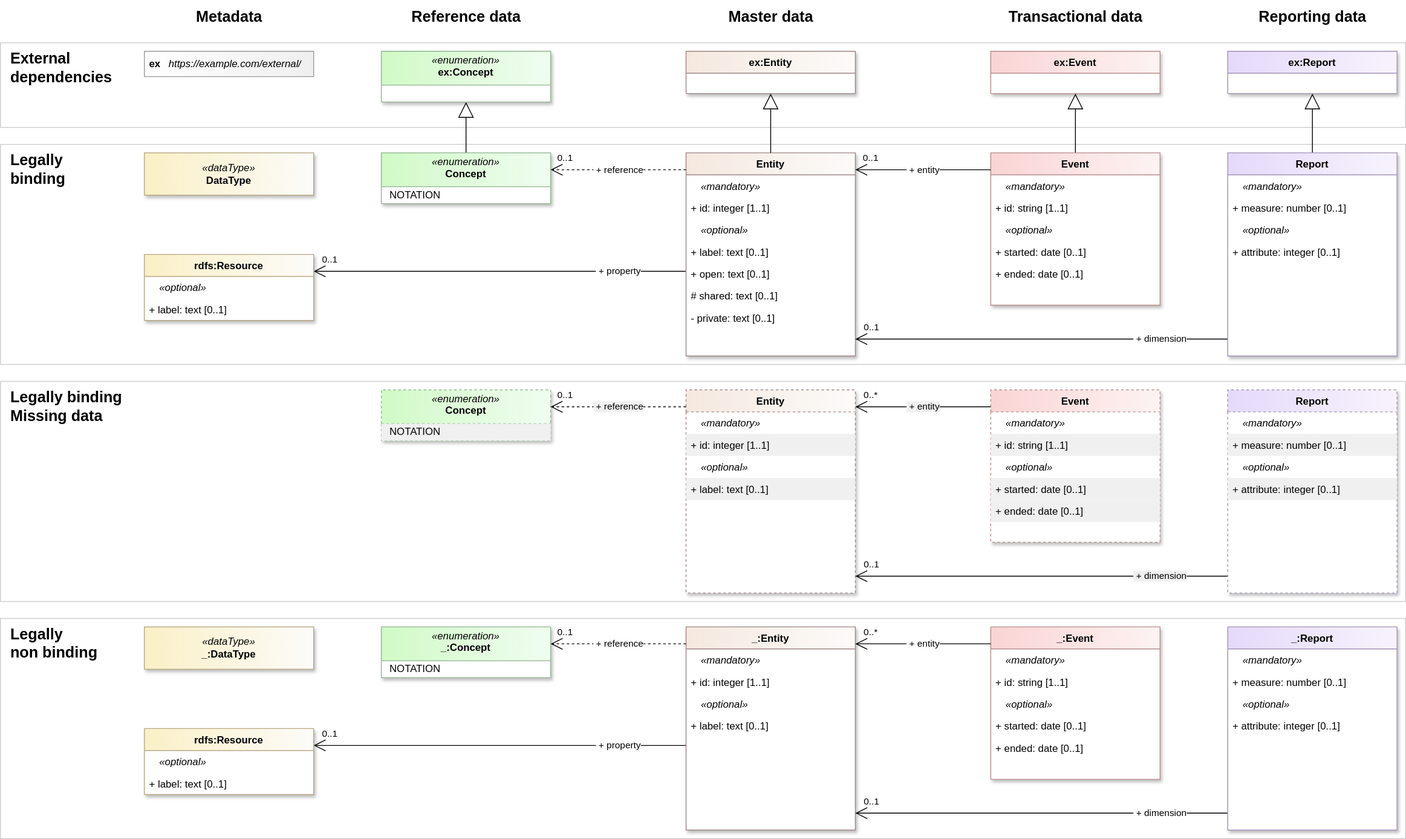
Before: static/VSSA-UML-template-example.svg, a diagram exported from draw.io (karina-klinkeviciute/dsa). Source tidied: cells renumbered, new cells last; positions are measured from the earlier drawing's top-left corner, leaving out a move shared by most shapes.
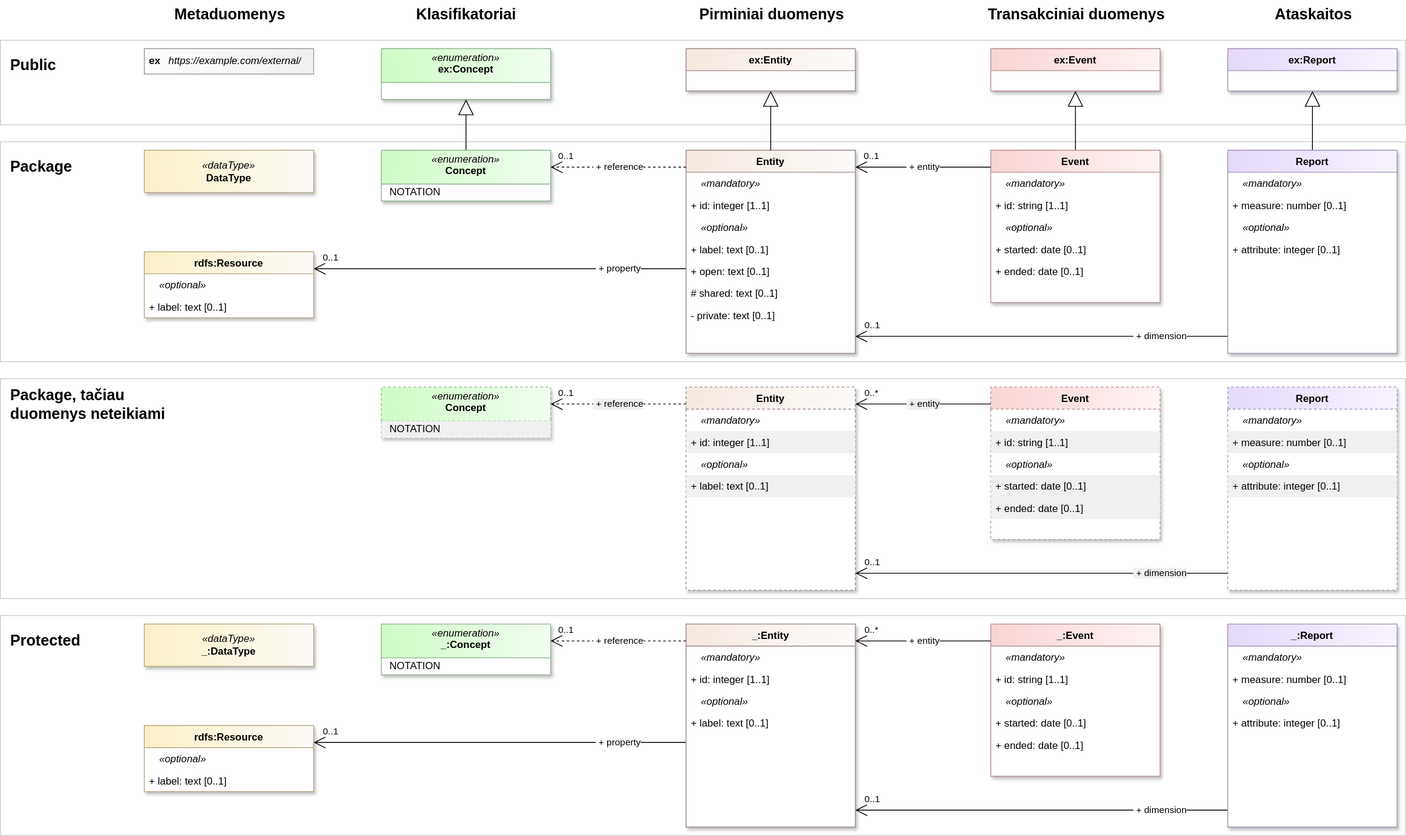
The same diagram one commit later.

Commit message:
Updated diagram according to comments

The edit, as a diff of the source:
```diff
@@ -1,4 +1,4 @@
-<mxGraphModel>
+<mxGraphModel background="#ffffff">
   <root>
     <mxCell id="0" />
     <mxCell id="1" parent="0" />
@@ -193,29 +193,29 @@
     <mxCell id="54" value="ex:Report" style="swimlane;fontStyle=1;align=center;verticalAlign=top;horizontal=1;startSize=26;whiteSpace=wrap;html=1;labelBackgroundColor=none;rounded=0;shadow=1;glass=0;comic=0;strokeColor=#A292B8;swimlaneFillColor=default;fontFamily=Helvetica;fontSize=12;fontColor=default;fillColor=#E5D9FA;gradientColor=#F7F3FD;gradientDirection=east;" parent="1" vertex="1">
       <mxGeometry x="1450" y="60" width="200" height="50" as="geometry" />
     </mxCell>
-    <mxCell id="55" value="Metadata" style="text;html=1;align=center;verticalAlign=middle;strokeColor=none;fillColor=none;fontStyle=1;fontSize=18;" parent="1" vertex="1">
-      <mxGeometry x="220" width="100" height="40" as="geometry" />
+    <mxCell id="55" value="Metaduomenys" style="text;html=1;align=center;verticalAlign=middle;strokeColor=none;fillColor=none;fontStyle=1;fontSize=18;" parent="1" vertex="1">
+      <mxGeometry x="200" y="3" width="141" height="34" as="geometry" />
     </mxCell>
-    <mxCell id="56" value="Reference data" style="text;html=1;align=center;verticalAlign=middle;strokeColor=none;fillColor=none;fontStyle=1;fontSize=18;" parent="1" vertex="1">
-      <mxGeometry x="475" width="150" height="40" as="geometry" />
+    <mxCell id="56" value="Klasifikatoriai" style="text;html=1;align=center;verticalAlign=middle;strokeColor=none;fillColor=none;fontStyle=1;fontSize=18;" parent="1" vertex="1">
+      <mxGeometry x="488" y="3" width="124" height="34" as="geometry" />
     </mxCell>
-    <mxCell id="57" value="Master data" style="text;html=1;align=center;verticalAlign=middle;strokeColor=none;fillColor=none;fontStyle=1;fontSize=18;" parent="1" vertex="1">
-      <mxGeometry x="850" width="120" height="40" as="geometry" />
+    <mxCell id="57" value="Pirminiai duomenys" style="text;html=1;align=center;verticalAlign=middle;strokeColor=none;fillColor=none;fontStyle=1;fontSize=18;" parent="1" vertex="1">
+      <mxGeometry x="823" y="3" width="175" height="34" as="geometry" />
     </mxCell>
-    <mxCell id="58" value="Transactional data" style="text;html=1;align=center;verticalAlign=middle;strokeColor=none;fillColor=none;fontStyle=1;fontSize=18;" parent="1" vertex="1">
-      <mxGeometry x="1185" width="170" height="40" as="geometry" />
+    <mxCell id="58" value="Transakciniai duomenys" style="text;html=1;align=center;verticalAlign=middle;strokeColor=none;fillColor=none;fontStyle=1;fontSize=18;" parent="1" vertex="1">
+      <mxGeometry x="1165" y="3" width="211" height="34" as="geometry" />
     </mxCell>
-    <mxCell id="59" value="Reporting data" style="text;html=1;align=center;verticalAlign=middle;strokeColor=none;fillColor=none;fontStyle=1;fontSize=18;" parent="1" vertex="1">
-      <mxGeometry x="1480" width="140" height="40" as="geometry" />
+    <mxCell id="59" value="Ataskaitos" style="text;html=1;align=center;verticalAlign=middle;strokeColor=none;fillColor=none;fontStyle=1;fontSize=18;" parent="1" vertex="1">
+      <mxGeometry x="1500" y="3" width="101" height="34" as="geometry" />
     </mxCell>
-    <mxCell id="60" value="Legally&lt;div&gt;binding&lt;/div&gt;" style="text;html=1;align=left;verticalAlign=middle;strokeColor=none;fillColor=none;fontStyle=1;fontSize=18;" parent="1" vertex="1">
-      <mxGeometry x="10" y="170" width="80" height="60" as="geometry" />
+    <mxCell id="60" value="Package" style="text;html=1;align=left;verticalAlign=middle;strokeColor=none;fillColor=none;fontStyle=1;fontSize=18;" parent="1" vertex="1">
+      <mxGeometry x="10" y="183" width="88" height="34" as="geometry" />
     </mxCell>
-    <mxCell id="61" value="Legally&lt;div&gt;non binding&lt;/div&gt;" style="text;html=1;align=left;verticalAlign=middle;strokeColor=none;fillColor=none;fontStyle=1;fontSize=18;" parent="1" vertex="1">
-      <mxGeometry x="10" y="730" width="120" height="60" as="geometry" />
+    <mxCell id="61" value="Protected" style="text;html=1;align=left;verticalAlign=middle;strokeColor=none;fillColor=none;fontStyle=1;fontSize=18;" parent="1" vertex="1">
+      <mxGeometry x="10" y="743" width="95" height="34" as="geometry" />
     </mxCell>
-    <mxCell id="62" value="External&lt;div&gt;dependencies&lt;/div&gt;" style="text;html=1;align=left;verticalAlign=middle;strokeColor=none;fillColor=none;fontStyle=1;fontSize=18;" parent="1" vertex="1">
-      <mxGeometry x="10" y="50" width="140" height="60" as="geometry" />
+    <mxCell id="62" value="Public" style="text;html=1;align=left;verticalAlign=middle;strokeColor=none;fillColor=none;fontStyle=1;fontSize=18;" parent="1" vertex="1">
+      <mxGeometry x="10" y="63" width="67" height="34" as="geometry" />
     </mxCell>
     <mxCell id="63" value="&amp;nbsp;+ property" style="edgeStyle=orthogonalEdgeStyle;rounded=0;jettySize=auto;html=1;endArrow=open;endFill=1;endSize=12;" parent="1" edge="1" source="65" target="92">
       <mxGeometry x="-0.64" relative="1" as="geometry">
@@ -444,8 +444,8 @@
     <mxCell id="122" style="text;strokeColor=none;fillColor=none;align=left;verticalAlign=middle;spacingTop=-1;spacingLeft=4;spacingRight=4;labelPosition=right;fontFamily=Helvetica;fontSize=12;fontColor=default;fontStyle=1;labelBackgroundColor=none;" parent="117" vertex="1">
       <mxGeometry y="130" width="200" height="110" as="geometry" />
     </mxCell>
-    <mxCell id="123" value="Legally binding&lt;div&gt;Missing data&lt;/div&gt;" style="text;html=1;align=left;verticalAlign=middle;strokeColor=none;fillColor=none;fontStyle=1;fontSize=18;" parent="1" vertex="1">
-      <mxGeometry x="10" y="450" width="140" height="60" as="geometry" />
+    <mxCell id="123" value="Package, tačiau&lt;div&gt;duomenys neteikiami&lt;/div&gt;" style="text;html=1;align=left;verticalAlign=middle;strokeColor=none;fillColor=none;fontStyle=1;fontSize=18;" parent="1" vertex="1">
+      <mxGeometry x="10" y="453" width="187" height="55" as="geometry" />
     </mxCell>
   </root>
 </mxGraphModel>
```
